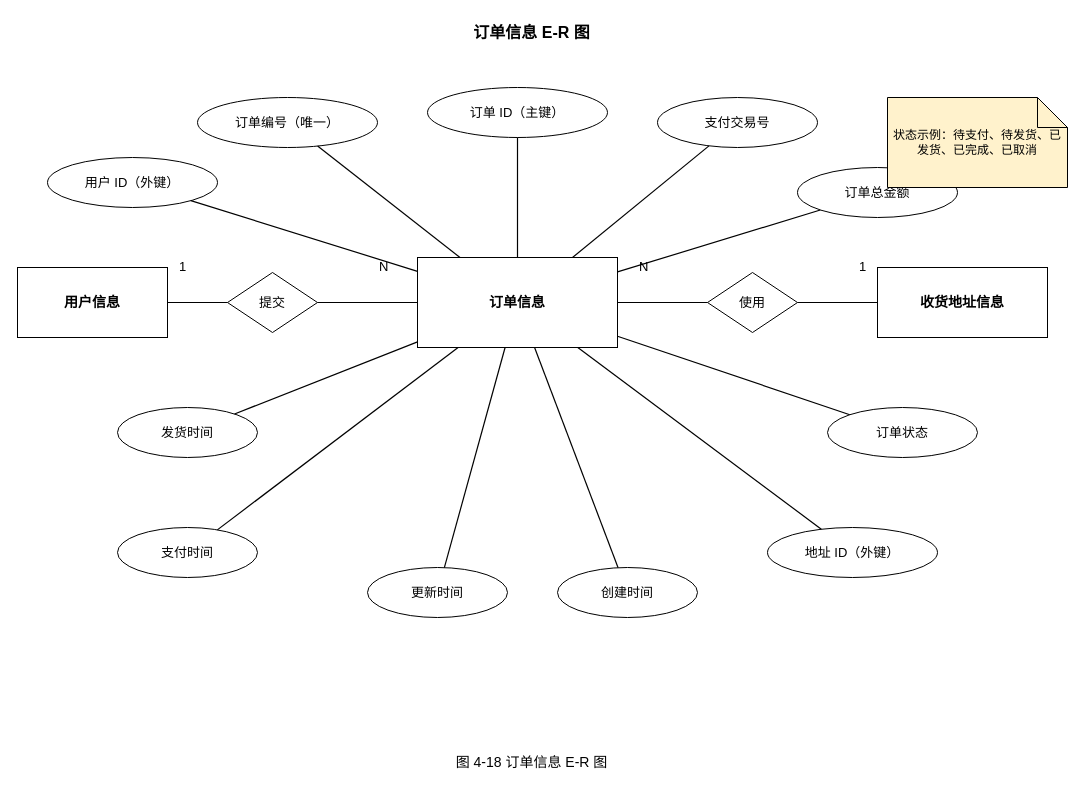
This is 4.14订单信息 E-R 图.drawio from wujiangcai/drawio, a draw.io file, before an edit. Source tidied: cells renumbered, new cells numbered last; positions are measured from the earlier drawing's top-left corner, leaving out a move shared by most shapes. Both pictures are drawn from the tidied source at 100%, with x=0, y=0 at pixel (17, 17).
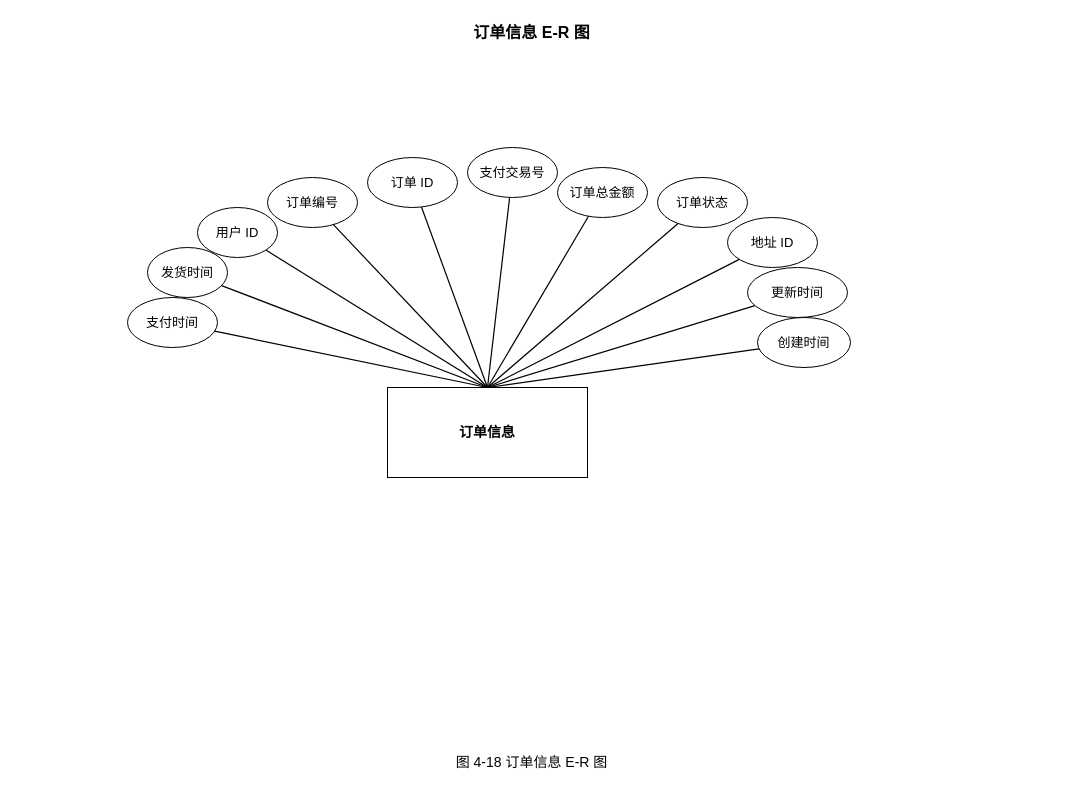
Above is the later version.

Diff of the diagram source:
```diff
@@
-    <mxCell id="3" value="用户信息" style="shape=rectangle;whiteSpace=wrap;html=1;strokeColor=#000000;fillColor=#ffffff;fontSize=14;fontStyle=1;" parent="1" vertex="1">
-      <mxGeometry y="250" width="150" height="70" as="geometry" />
-    </mxCell>
-    <mxCell id="4" value="收货地址信息" style="shape=rectangle;whiteSpace=wrap;html=1;strokeColor=#000000;fillColor=#ffffff;fontSize=14;fontStyle=1;" parent="1" vertex="1">
-      <mxGeometry x="860" y="250" width="170" height="70" as="geometry" />
-    </mxCell>
     <mxCell id="5" value="订单信息" style="shape=rectangle;whiteSpace=wrap;html=1;strokeColor=#000000;fillColor=#ffffff;fontSize=14;fontStyle=1;" parent="1" vertex="1">
-      <mxGeometry x="400" y="240" width="200" height="90" as="geometry" />
+      <mxGeometry x="370" y="370" width="200" height="90" as="geometry" />
     </mxCell>
-    <mxCell id="6" value="提交" style="shape=rhombus;whiteSpace=wrap;html=1;strokeColor=#000000;fillColor=#ffffff;fontSize=13;" parent="1" vertex="1">
-      <mxGeometry x="210" y="255" width="90" height="60" as="geometry" />
-    </mxCell>
-    <mxCell id="7" value="使用" style="shape=rhombus;whiteSpace=wrap;html=1;strokeColor=#000000;fillColor=#ffffff;fontSize=13;" parent="1" vertex="1">
-      <mxGeometry x="690" y="255" width="90" height="60" as="geometry" />
-    </mxCell>
-    <mxCell id="8" value="订单 ID（主键）" style="ellipse;whiteSpace=wrap;html=1;strokeColor=#000000;fillColor=#ffffff;fontSize=13;" parent="1" vertex="1">
-      <mxGeometry x="410" y="70" width="180" height="50" as="geometry" />
+    <mxCell id="8" value="订单 ID" style="ellipse;whiteSpace=wrap;html=1;strokeColor=#000000;fillColor=#ffffff;fontSize=13;" parent="1" vertex="1">
+      <mxGeometry x="350" y="140" width="90" height="50" as="geometry" />
     </mxCell>
-    <mxCell id="9" value="订单编号（唯一）" style="ellipse;whiteSpace=wrap;html=1;strokeColor=#000000;fillColor=#ffffff;fontSize=13;" parent="1" vertex="1">
-      <mxGeometry x="180" y="80" width="180" height="50" as="geometry" />
+    <mxCell id="9" value="订单编号" style="ellipse;whiteSpace=wrap;html=1;strokeColor=#000000;fillColor=#ffffff;fontSize=13;" parent="1" vertex="1">
+      <mxGeometry x="250" y="160" width="90" height="50" as="geometry" />
     </mxCell>
     <mxCell id="10" value="支付交易号" style="ellipse;whiteSpace=wrap;html=1;strokeColor=#000000;fillColor=#ffffff;fontSize=13;" parent="1" vertex="1">
-      <mxGeometry x="640" y="80" width="160" height="50" as="geometry" />
+      <mxGeometry x="450" y="130" width="90" height="50" as="geometry" />
     </mxCell>
-    <mxCell id="11" value="用户 ID（外键）" style="ellipse;whiteSpace=wrap;html=1;strokeColor=#000000;fillColor=#ffffff;fontSize=13;" parent="1" vertex="1">
-      <mxGeometry x="30" y="140" width="170" height="50" as="geometry" />
+    <mxCell id="11" value="用户 ID" style="ellipse;whiteSpace=wrap;html=1;strokeColor=#000000;fillColor=#ffffff;fontSize=13;" parent="1" vertex="1">
+      <mxGeometry x="180" y="190" width="80" height="50" as="geometry" />
     </mxCell>
     <mxCell id="12" value="订单总金额" style="ellipse;whiteSpace=wrap;html=1;strokeColor=#000000;fillColor=#ffffff;fontSize=13;" parent="1" vertex="1">
-      <mxGeometry x="780" y="150" width="160" height="50" as="geometry" />
+      <mxGeometry x="540" y="150" width="90" height="50" as="geometry" />
     </mxCell>
     <mxCell id="13" value="订单状态" style="ellipse;whiteSpace=wrap;html=1;strokeColor=#000000;fillColor=#ffffff;fontSize=13;" parent="1" vertex="1">
-      <mxGeometry x="810" y="390" width="150" height="50" as="geometry" />
+      <mxGeometry x="640" y="160" width="90" height="50" as="geometry" />
     </mxCell>
-    <mxCell id="14" value="地址 ID（外键）" style="ellipse;whiteSpace=wrap;html=1;strokeColor=#000000;fillColor=#ffffff;fontSize=13;" parent="1" vertex="1">
-      <mxGeometry x="750" y="510" width="170" height="50" as="geometry" />
+    <mxCell id="14" value="地址 ID" style="ellipse;whiteSpace=wrap;html=1;strokeColor=#000000;fillColor=#ffffff;fontSize=13;" parent="1" vertex="1">
+      <mxGeometry x="710" y="200" width="90" height="50" as="geometry" />
     </mxCell>
     <mxCell id="15" value="创建时间" style="ellipse;whiteSpace=wrap;html=1;strokeColor=#000000;fillColor=#ffffff;fontSize=13;" parent="1" vertex="1">
-      <mxGeometry x="540" y="550" width="140" height="50" as="geometry" />
+      <mxGeometry x="740" y="300" width="93" height="50" as="geometry" />
     </mxCell>
     <mxCell id="16" value="更新时间" style="ellipse;whiteSpace=wrap;html=1;strokeColor=#000000;fillColor=#ffffff;fontSize=13;" parent="1" vertex="1">
-      <mxGeometry x="350" y="550" width="140" height="50" as="geometry" />
+      <mxGeometry x="730" y="250" width="100" height="50" as="geometry" />
     </mxCell>
     <mxCell id="17" value="支付时间" style="ellipse;whiteSpace=wrap;html=1;strokeColor=#000000;fillColor=#ffffff;fontSize=13;" parent="1" vertex="1">
-      <mxGeometry x="100" y="510" width="140" height="50" as="geometry" />
+      <mxGeometry x="110" y="280" width="90" height="50" as="geometry" />
     </mxCell>
     <mxCell id="18" value="发货时间" style="ellipse;whiteSpace=wrap;html=1;strokeColor=#000000;fillColor=#ffffff;fontSize=13;" parent="1" vertex="1">
-      <mxGeometry x="100" y="390" width="140" height="50" as="geometry" />
+      <mxGeometry x="130" y="230" width="80" height="50" as="geometry" />
     </mxCell>
-    <mxCell id="19" value="状态示例：待支付、待发货、已发货、已完成、已取消" style="shape=note;whiteSpace=wrap;html=1;strokeColor=#000000;fillColor=#fff2cc;fontSize=12;" parent="1" vertex="1">
-      <mxGeometry x="870" y="80" width="180" height="90" as="geometry" />
-    </mxCell>
-    <mxCell id="20" style="endArrow=none;strokeColor=#000000;strokeWidth=1.2;" parent="1" edge="1" source="5" target="8">
+    <mxCell id="20" style="endArrow=none;strokeColor=#000000;strokeWidth=1.2;exitX=0.5;exitY=0;exitDx=0;exitDy=0;" parent="1" edge="1" source="5" target="8">
       <mxGeometry relative="1" as="geometry" />
     </mxCell>
-    <mxCell id="21" style="endArrow=none;strokeColor=#000000;strokeWidth=1.2;" parent="1" edge="1" source="5" target="9">
+    <mxCell id="21" style="endArrow=none;strokeColor=#000000;strokeWidth=1.2;exitX=0.5;exitY=0;exitDx=0;exitDy=0;" parent="1" edge="1" source="5" target="9">
       <mxGeometry relative="1" as="geometry" />
     </mxCell>
-    <mxCell id="22" style="endArrow=none;strokeColor=#000000;strokeWidth=1.2;" parent="1" edge="1" source="5" target="10">
+    <mxCell id="22" style="endArrow=none;strokeColor=#000000;strokeWidth=1.2;exitX=0.5;exitY=0;exitDx=0;exitDy=0;" parent="1" edge="1" source="5" target="10">
       <mxGeometry relative="1" as="geometry" />
     </mxCell>
-    <mxCell id="23" style="endArrow=none;strokeColor=#000000;strokeWidth=1.2;" parent="1" edge="1" source="5" target="11">
+    <mxCell id="23" style="endArrow=none;strokeColor=#000000;strokeWidth=1.2;exitX=0.5;exitY=0;exitDx=0;exitDy=0;" parent="1" edge="1" source="5" target="11">
       <mxGeometry relative="1" as="geometry" />
     </mxCell>
-    <mxCell id="24" style="endArrow=none;strokeColor=#000000;strokeWidth=1.2;" parent="1" edge="1" source="5" target="12">
+    <mxCell id="24" style="endArrow=none;strokeColor=#000000;strokeWidth=1.2;exitX=0.5;exitY=0;exitDx=0;exitDy=0;" parent="1" edge="1" source="5" target="12">
       <mxGeometry relative="1" as="geometry" />
     </mxCell>
-    <mxCell id="25" style="endArrow=none;strokeColor=#000000;strokeWidth=1.2;" parent="1" edge="1" source="5" target="13">
+    <mxCell id="25" style="endArrow=none;strokeColor=#000000;strokeWidth=1.2;exitX=0.5;exitY=0;exitDx=0;exitDy=0;" parent="1" edge="1" source="5" target="13">
       <mxGeometry relative="1" as="geometry" />
     </mxCell>
-    <mxCell id="26" style="endArrow=none;strokeColor=#000000;strokeWidth=1.2;" parent="1" edge="1" source="5" target="14">
+    <mxCell id="26" style="endArrow=none;strokeColor=#000000;strokeWidth=1.2;exitX=0.5;exitY=0;exitDx=0;exitDy=0;" parent="1" edge="1" source="5" target="14">
       <mxGeometry relative="1" as="geometry" />
     </mxCell>
-    <mxCell id="27" style="endArrow=none;strokeColor=#000000;strokeWidth=1.2;" parent="1" edge="1" source="5" target="15">
+    <mxCell id="27" style="endArrow=none;strokeColor=#000000;strokeWidth=1.2;exitX=0.5;exitY=0;exitDx=0;exitDy=0;" parent="1" edge="1" source="5" target="15">
       <mxGeometry relative="1" as="geometry" />
     </mxCell>
-    <mxCell id="28" style="endArrow=none;strokeColor=#000000;strokeWidth=1.2;" parent="1" edge="1" source="5" target="16">
+    <mxCell id="28" style="endArrow=none;strokeColor=#000000;strokeWidth=1.2;exitX=0.5;exitY=0;exitDx=0;exitDy=0;" parent="1" edge="1" source="5" target="16">
       <mxGeometry relative="1" as="geometry" />
     </mxCell>
-    <mxCell id="29" style="endArrow=none;strokeColor=#000000;strokeWidth=1.2;" parent="1" edge="1" source="5" target="17">
+    <mxCell id="29" style="endArrow=none;strokeColor=#000000;strokeWidth=1.2;exitX=0.5;exitY=0;exitDx=0;exitDy=0;" parent="1" edge="1" source="5" target="17">
       <mxGeometry relative="1" as="geometry" />
     </mxCell>
-    <mxCell id="30" style="endArrow=none;strokeColor=#000000;strokeWidth=1.2;" parent="1" edge="1" source="5" target="18">
+    <mxCell id="30" style="endArrow=none;strokeColor=#000000;strokeWidth=1.2;exitX=0.5;exitY=0;exitDx=0;exitDy=0;" parent="1" edge="1" source="5" target="18">
       <mxGeometry relative="1" as="geometry" />
     </mxCell>
-    <mxCell id="31" style="endArrow=none;strokeColor=#000000;strokeWidth=1.2;" parent="1" edge="1" source="3" target="6">
-      <mxGeometry relative="1" as="geometry" />
-    </mxCell>
-    <mxCell id="32" style="endArrow=none;strokeColor=#000000;strokeWidth=1.2;" parent="1" edge="1" source="6" target="5">
-      <mxGeometry relative="1" as="geometry" />
-    </mxCell>
-    <mxCell id="33" style="endArrow=none;strokeColor=#000000;strokeWidth=1.2;" parent="1" edge="1" source="5" target="7">
-      <mxGeometry relative="1" as="geometry" />
-    </mxCell>
-    <mxCell id="34" style="endArrow=none;strokeColor=#000000;strokeWidth=1.2;" parent="1" edge="1" source="7" target="4">
-      <mxGeometry relative="1" as="geometry" />
-    </mxCell>
-    <mxCell id="35" value="1" style="text;html=1;strokeColor=none;fillColor=none;fontSize=13;" parent="1" vertex="1">
-      <mxGeometry x="160" y="235" width="20" height="20" as="geometry" />
-    </mxCell>
-    <mxCell id="36" value="N" style="text;html=1;strokeColor=none;fillColor=none;fontSize=13;" parent="1" vertex="1">
-      <mxGeometry x="360" y="235" width="20" height="20" as="geometry" />
-    </mxCell>
-    <mxCell id="37" value="N" style="text;html=1;strokeColor=none;fillColor=none;fontSize=13;" parent="1" vertex="1">
-      <mxGeometry x="620" y="235" width="20" height="20" as="geometry" />
-    </mxCell>
-    <mxCell id="38" value="1" style="text;html=1;strokeColor=none;fillColor=none;fontSize=13;" parent="1" vertex="1">
-      <mxGeometry x="840" y="235" width="20" height="20" as="geometry" />
-    </mxCell>
```
